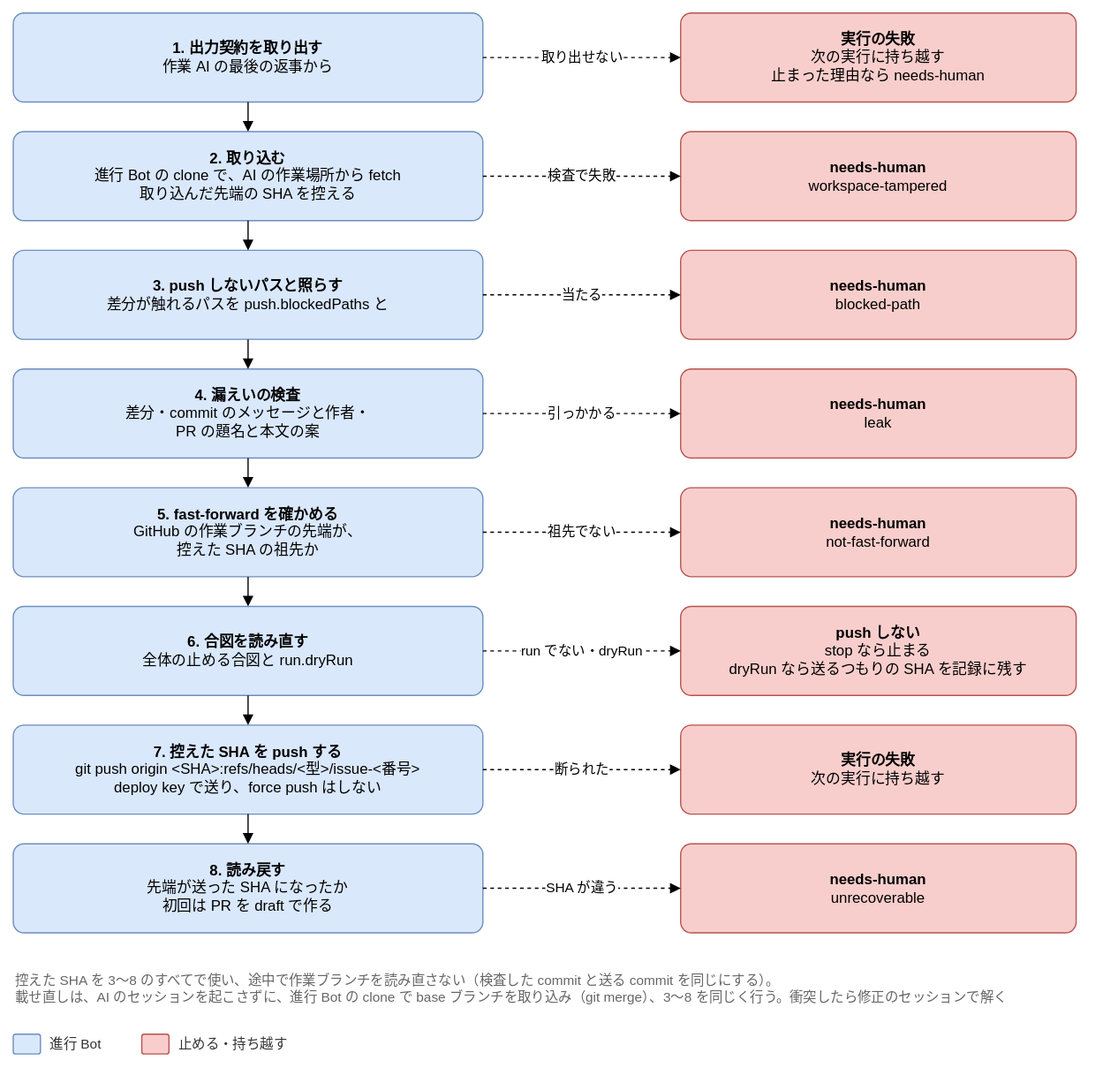
Earlier version of the draw.io export docs/design/basic/diagrams/02-push.drawio.svg (Joymerrevent/dev-autopilot). Source tidied: cells renumbered, new cells last; positions are measured from the earlier drawing's top-left corner, leaving out a move shared by most shapes.
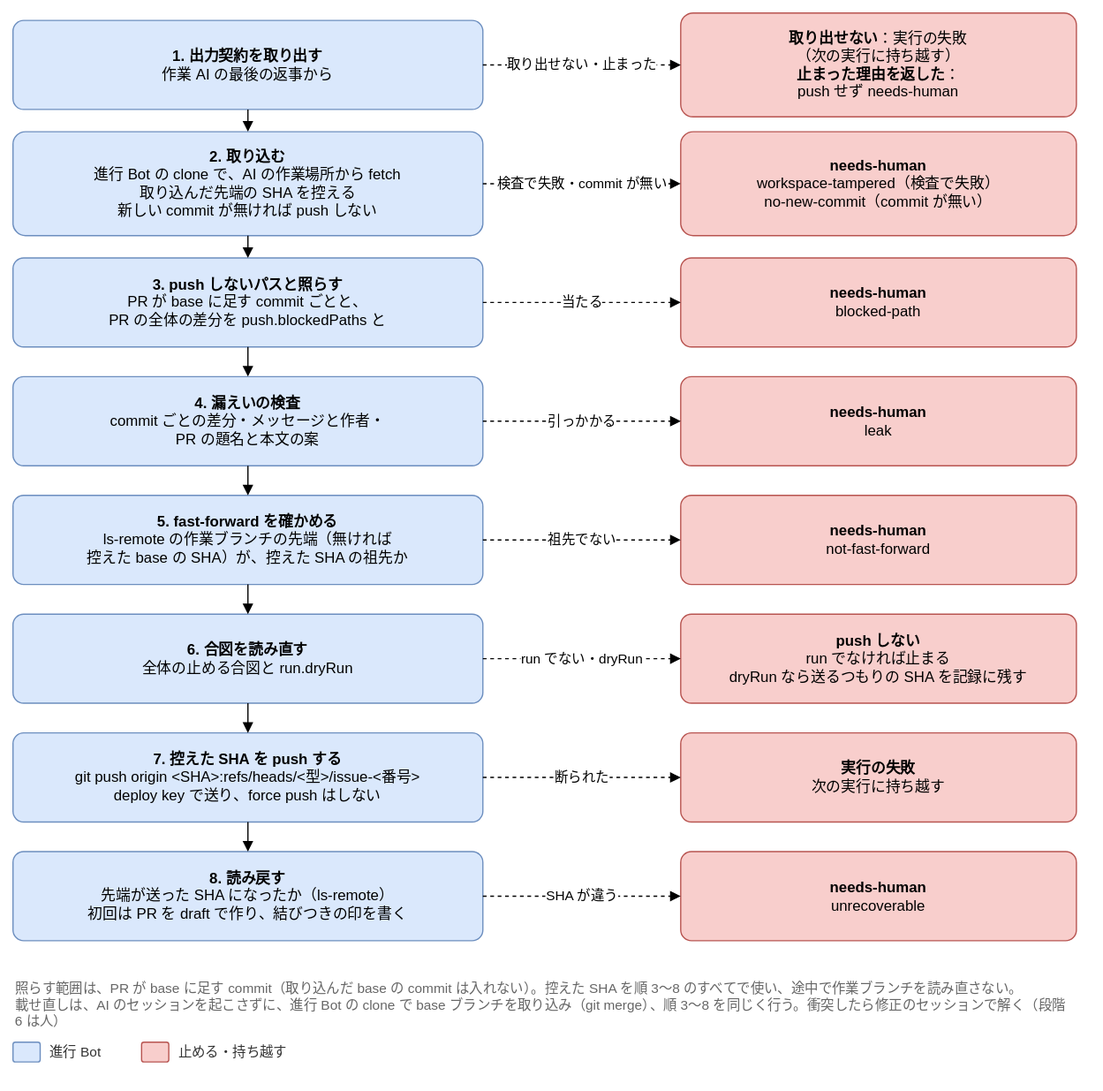
Later version of the same file.

Change to the diagram source:
```diff
@@ -5,25 +5,25 @@
     <mxCell id="2" value="&lt;b&gt;1. 出力契約を取り出す&lt;/b&gt;&lt;br&gt;作業 AI の最後の返事から" style="rounded=1;whiteSpace=wrap;html=1;fontSize=12;arcSize=12;spacing=12;fillColor=#dae8fc;strokeColor=#6c8ebf;" parent="1" vertex="1">
       <mxGeometry width="380" height="72" as="geometry" />
     </mxCell>
-    <mxCell id="3" value="&lt;b&gt;実行の失敗&lt;/b&gt;&lt;br&gt;次の実行に持ち越す&lt;br&gt;止まった理由なら needs-human" style="rounded=1;whiteSpace=wrap;html=1;fontSize=12;arcSize=12;spacing=12;fillColor=#f8cecc;strokeColor=#b85450;" parent="1" vertex="1">
-      <mxGeometry x="540" width="320" height="72" as="geometry" />
+    <mxCell id="3" value="&lt;b&gt;取り出せない&lt;/b&gt;：実行の失敗&lt;br&gt;（次の実行に持ち越す）&lt;br&gt;&lt;b&gt;止まった理由を返した&lt;/b&gt;：&lt;br&gt;push せず needs-human" style="rounded=1;whiteSpace=wrap;html=1;fontSize=12;arcSize=12;spacing=12;fillColor=#f8cecc;strokeColor=#b85450;" parent="1" vertex="1">
+      <mxGeometry x="540" y="-6" width="320" height="84" as="geometry" />
     </mxCell>
-    <mxCell id="4" value="取り出せない" style="edgeStyle=orthogonalEdgeStyle;rounded=1;html=1;endArrow=block;endFill=1;fontSize=11;labelBackgroundColor=#ffffff;dashed=1;exitX=1;exitY=0.5;exitDx=0;exitDy=0;entryX=0;entryY=0.5;entryDx=0;entryDy=0;" parent="1" edge="1" source="2" target="3">
+    <mxCell id="4" value="取り出せない・止まった" style="edgeStyle=orthogonalEdgeStyle;rounded=1;html=1;endArrow=block;endFill=1;fontSize=11;labelBackgroundColor=#ffffff;dashed=1;exitX=1;exitY=0.5;exitDx=0;exitDy=0;entryX=0;entryY=0.5;entryDx=0;entryDy=0;" parent="1" edge="1" source="2" target="3">
       <mxGeometry relative="1" as="geometry" />
     </mxCell>
-    <mxCell id="5" value="&lt;b&gt;2. 取り込む&lt;/b&gt;&lt;br&gt;進行 Bot の clone で、AI の作業場所から fetch&lt;br&gt;取り込んだ先端の SHA を控える" style="rounded=1;whiteSpace=wrap;html=1;fontSize=12;arcSize=12;spacing=12;fillColor=#dae8fc;strokeColor=#6c8ebf;" parent="1" vertex="1">
-      <mxGeometry y="96" width="380" height="72" as="geometry" />
+    <mxCell id="5" value="&lt;b&gt;2. 取り込む&lt;/b&gt;&lt;br&gt;進行 Bot の clone で、AI の作業場所から fetch&lt;br&gt;取り込んだ先端の SHA を控える&lt;br&gt;新しい commit が無ければ push しない" style="rounded=1;whiteSpace=wrap;html=1;fontSize=12;arcSize=12;spacing=12;fillColor=#dae8fc;strokeColor=#6c8ebf;" parent="1" vertex="1">
+      <mxGeometry y="90" width="380" height="84" as="geometry" />
     </mxCell>
-    <mxCell id="6" value="&lt;b&gt;needs-human&lt;/b&gt;&lt;br&gt;workspace-tampered" style="rounded=1;whiteSpace=wrap;html=1;fontSize=12;arcSize=12;spacing=12;fillColor=#f8cecc;strokeColor=#b85450;" parent="1" vertex="1">
-      <mxGeometry x="540" y="96" width="320" height="72" as="geometry" />
+    <mxCell id="6" value="&lt;b&gt;needs-human&lt;/b&gt;&lt;br&gt;workspace-tampered（検査で失敗）&lt;br&gt;no-new-commit（commit が無い）" style="rounded=1;whiteSpace=wrap;html=1;fontSize=12;arcSize=12;spacing=12;fillColor=#f8cecc;strokeColor=#b85450;" parent="1" vertex="1">
+      <mxGeometry x="540" y="90" width="320" height="84" as="geometry" />
     </mxCell>
-    <mxCell id="7" value="検査で失敗" style="edgeStyle=orthogonalEdgeStyle;rounded=1;html=1;endArrow=block;endFill=1;fontSize=11;labelBackgroundColor=#ffffff;dashed=1;exitX=1;exitY=0.5;exitDx=0;exitDy=0;entryX=0;entryY=0.5;entryDx=0;entryDy=0;" parent="1" edge="1" source="5" target="6">
+    <mxCell id="7" value="検査で失敗・commit が無い" style="edgeStyle=orthogonalEdgeStyle;rounded=1;html=1;endArrow=block;endFill=1;fontSize=11;labelBackgroundColor=#ffffff;dashed=1;exitX=1;exitY=0.5;exitDx=0;exitDy=0;entryX=0;entryY=0.5;entryDx=0;entryDy=0;" parent="1" edge="1" source="5" target="6">
       <mxGeometry relative="1" as="geometry" />
     </mxCell>
     <mxCell id="8" style="edgeStyle=orthogonalEdgeStyle;rounded=1;html=1;endArrow=block;endFill=1;fontSize=11;labelBackgroundColor=#ffffff;exitX=0.5;exitY=1;exitDx=0;exitDy=0;entryX=0.5;entryY=0;entryDx=0;entryDy=0;" parent="1" edge="1" source="2" target="5">
       <mxGeometry relative="1" as="geometry" />
     </mxCell>
-    <mxCell id="9" value="&lt;b&gt;3. push しないパスと照らす&lt;/b&gt;&lt;br&gt;差分が触れるパスを push.blockedPaths と" style="rounded=1;whiteSpace=wrap;html=1;fontSize=12;arcSize=12;spacing=12;fillColor=#dae8fc;strokeColor=#6c8ebf;" parent="1" vertex="1">
+    <mxCell id="9" value="&lt;b&gt;3. push しないパスと照らす&lt;/b&gt;&lt;br&gt;PR が base に足す commit ごとと、&lt;br&gt;PR の全体の差分を push.blockedPaths と" style="rounded=1;whiteSpace=wrap;html=1;fontSize=12;arcSize=12;spacing=12;fillColor=#dae8fc;strokeColor=#6c8ebf;" parent="1" vertex="1">
       <mxGeometry y="192" width="380" height="72" as="geometry" />
     </mxCell>
     <mxCell id="10" value="&lt;b&gt;needs-human&lt;/b&gt;&lt;br&gt;blocked-path" style="rounded=1;whiteSpace=wrap;html=1;fontSize=12;arcSize=12;spacing=12;fillColor=#f8cecc;strokeColor=#b85450;" parent="1" vertex="1">
@@ -35,7 +35,7 @@
     <mxCell id="12" style="edgeStyle=orthogonalEdgeStyle;rounded=1;html=1;endArrow=block;endFill=1;fontSize=11;labelBackgroundColor=#ffffff;exitX=0.5;exitY=1;exitDx=0;exitDy=0;entryX=0.5;entryY=0;entryDx=0;entryDy=0;" parent="1" edge="1" source="5" target="9">
       <mxGeometry relative="1" as="geometry" />
     </mxCell>
-    <mxCell id="13" value="&lt;b&gt;4. 漏えいの検査&lt;/b&gt;&lt;br&gt;差分・commit のメッセージと作者・&lt;br&gt;PR の題名と本文の案" style="rounded=1;whiteSpace=wrap;html=1;fontSize=12;arcSize=12;spacing=12;fillColor=#dae8fc;strokeColor=#6c8ebf;" parent="1" vertex="1">
+    <mxCell id="13" value="&lt;b&gt;4. 漏えいの検査&lt;/b&gt;&lt;br&gt;commit ごとの差分・メッセージと作者・&lt;br&gt;PR の題名と本文の案" style="rounded=1;whiteSpace=wrap;html=1;fontSize=12;arcSize=12;spacing=12;fillColor=#dae8fc;strokeColor=#6c8ebf;" parent="1" vertex="1">
       <mxGeometry y="288" width="380" height="72" as="geometry" />
     </mxCell>
     <mxCell id="14" value="&lt;b&gt;needs-human&lt;/b&gt;&lt;br&gt;leak" style="rounded=1;whiteSpace=wrap;html=1;fontSize=12;arcSize=12;spacing=12;fillColor=#f8cecc;strokeColor=#b85450;" parent="1" vertex="1">
@@ -47,7 +47,7 @@
     <mxCell id="16" style="edgeStyle=orthogonalEdgeStyle;rounded=1;html=1;endArrow=block;endFill=1;fontSize=11;labelBackgroundColor=#ffffff;exitX=0.5;exitY=1;exitDx=0;exitDy=0;entryX=0.5;entryY=0;entryDx=0;entryDy=0;" parent="1" edge="1" source="9" target="13">
       <mxGeometry relative="1" as="geometry" />
     </mxCell>
-    <mxCell id="17" value="&lt;b&gt;5. fast-forward を確かめる&lt;/b&gt;&lt;br&gt;GitHub の作業ブランチの先端が、&lt;br&gt;控えた SHA の祖先か" style="rounded=1;whiteSpace=wrap;html=1;fontSize=12;arcSize=12;spacing=12;fillColor=#dae8fc;strokeColor=#6c8ebf;" parent="1" vertex="1">
+    <mxCell id="17" value="&lt;b&gt;5. fast-forward を確かめる&lt;/b&gt;&lt;br&gt;ls-remote の作業ブランチの先端（無ければ&lt;br&gt;控えた base の SHA）が、控えた SHA の祖先か" style="rounded=1;whiteSpace=wrap;html=1;fontSize=12;arcSize=12;spacing=12;fillColor=#dae8fc;strokeColor=#6c8ebf;" parent="1" vertex="1">
       <mxGeometry y="384" width="380" height="72" as="geometry" />
     </mxCell>
     <mxCell id="18" value="&lt;b&gt;needs-human&lt;/b&gt;&lt;br&gt;not-fast-forward" style="rounded=1;whiteSpace=wrap;html=1;fontSize=12;arcSize=12;spacing=12;fillColor=#f8cecc;strokeColor=#b85450;" parent="1" vertex="1">
@@ -62,7 +62,7 @@
     <mxCell id="21" value="&lt;b&gt;6. 合図を読み直す&lt;/b&gt;&lt;br&gt;全体の止める合図と run.dryRun" style="rounded=1;whiteSpace=wrap;html=1;fontSize=12;arcSize=12;spacing=12;fillColor=#dae8fc;strokeColor=#6c8ebf;" parent="1" vertex="1">
       <mxGeometry y="480" width="380" height="72" as="geometry" />
     </mxCell>
-    <mxCell id="22" value="&lt;b&gt;push しない&lt;/b&gt;&lt;br&gt;stop なら止まる&lt;br&gt;dryRun なら送るつもりの SHA を記録に残す" style="rounded=1;whiteSpace=wrap;html=1;fontSize=12;arcSize=12;spacing=12;fillColor=#f8cecc;strokeColor=#b85450;" parent="1" vertex="1">
+    <mxCell id="22" value="&lt;b&gt;push しない&lt;/b&gt;&lt;br&gt;run でなければ止まる&lt;br&gt;dryRun なら送るつもりの SHA を記録に残す" style="rounded=1;whiteSpace=wrap;html=1;fontSize=12;arcSize=12;spacing=12;fillColor=#f8cecc;strokeColor=#b85450;" parent="1" vertex="1">
       <mxGeometry x="540" y="480" width="320" height="72" as="geometry" />
     </mxCell>
     <mxCell id="23" value="run でない・dryRun" style="edgeStyle=orthogonalEdgeStyle;rounded=1;html=1;endArrow=block;endFill=1;fontSize=11;labelBackgroundColor=#ffffff;dashed=1;exitX=1;exitY=0.5;exitDx=0;exitDy=0;entryX=0;entryY=0.5;entryDx=0;entryDy=0;" parent="1" edge="1" source="21" target="22">
@@ -83,7 +83,7 @@
     <mxCell id="28" style="edgeStyle=orthogonalEdgeStyle;rounded=1;html=1;endArrow=block;endFill=1;fontSize=11;labelBackgroundColor=#ffffff;exitX=0.5;exitY=1;exitDx=0;exitDy=0;entryX=0.5;entryY=0;entryDx=0;entryDy=0;" parent="1" edge="1" source="21" target="25">
       <mxGeometry relative="1" as="geometry" />
     </mxCell>
-    <mxCell id="29" value="&lt;b&gt;8. 読み戻す&lt;/b&gt;&lt;br&gt;先端が送った SHA になったか&lt;br&gt;初回は PR を draft で作る" style="rounded=1;whiteSpace=wrap;html=1;fontSize=12;arcSize=12;spacing=12;fillColor=#dae8fc;strokeColor=#6c8ebf;" parent="1" vertex="1">
+    <mxCell id="29" value="&lt;b&gt;8. 読み戻す&lt;/b&gt;&lt;br&gt;先端が送った SHA になったか（ls-remote）&lt;br&gt;初回は PR を draft で作り、結びつきの印を書く" style="rounded=1;whiteSpace=wrap;html=1;fontSize=12;arcSize=12;spacing=12;fillColor=#dae8fc;strokeColor=#6c8ebf;" parent="1" vertex="1">
       <mxGeometry y="672" width="380" height="72" as="geometry" />
     </mxCell>
     <mxCell id="30" value="&lt;b&gt;needs-human&lt;/b&gt;&lt;br&gt;unrecoverable" style="rounded=1;whiteSpace=wrap;html=1;fontSize=12;arcSize=12;spacing=12;fillColor=#f8cecc;strokeColor=#b85450;" parent="1" vertex="1">
@@ -95,7 +95,7 @@
     <mxCell id="32" style="edgeStyle=orthogonalEdgeStyle;rounded=1;html=1;endArrow=block;endFill=1;fontSize=11;labelBackgroundColor=#ffffff;exitX=0.5;exitY=1;exitDx=0;exitDy=0;entryX=0.5;entryY=0;entryDx=0;entryDy=0;" parent="1" edge="1" source="25" target="29">
       <mxGeometry relative="1" as="geometry" />
     </mxCell>
-    <mxCell id="33" value="控えた SHA を 3〜8 のすべてで使い、途中で作業ブランチを読み直さない（検査した commit と送る commit を同じにする）。&lt;br&gt;載せ直しは、AI のセッションを起こさずに、進行 Bot の clone で base ブランチを取り込み（git merge）、3〜8 を同じく行う。衝突したら修正のセッションで解く" style="text;html=1;whiteSpace=wrap;align=left;verticalAlign=top;fontSize=11;fontColor=#666666;" parent="1" vertex="1">
+    <mxCell id="33" value="照らす範囲は、PR が base に足す commit（取り込んだ base の commit は入れない）。控えた SHA を順 3〜8 のすべてで使い、途中で作業ブランチを読み直さない。&lt;br&gt;載せ直しは、AI のセッションを起こさずに、進行 Bot の clone で base ブランチを取り込み（git merge）、順 3〜8 を同じく行う。衝突したら修正のセッションで解く（段階 6 は人）" style="text;html=1;whiteSpace=wrap;align=left;verticalAlign=top;fontSize=11;fontColor=#666666;" parent="1" vertex="1">
       <mxGeometry y="770" width="860" height="54" as="geometry" />
     </mxCell>
     <mxCell id="34" style="rounded=1;whiteSpace=wrap;html=1;fontSize=12;arcSize=12;spacing=12;fillColor=#dae8fc;strokeColor=#6c8ebf;" parent="1" vertex="1">
```
